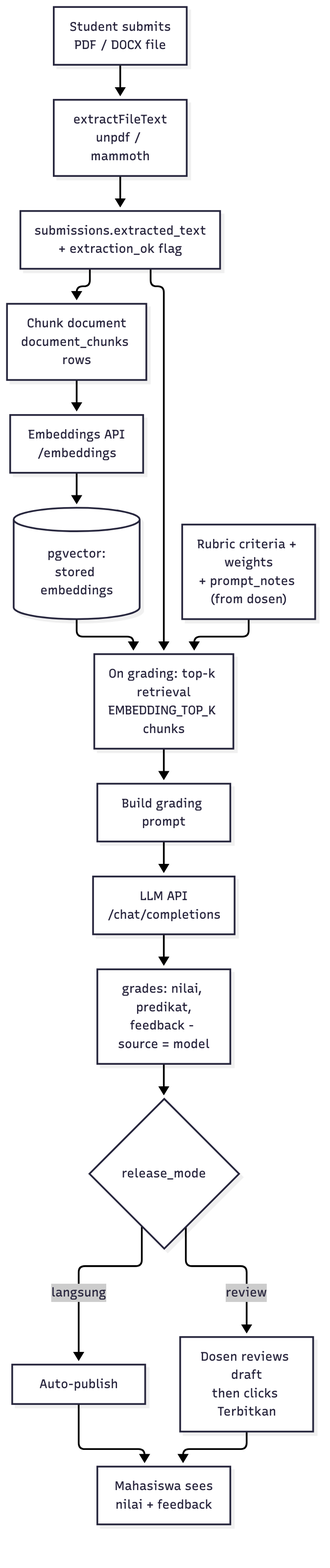
Above: docs/flows/02-ai-grading.png in hansputera/umbima-smt1-tugas-generativeai (Mermaid), before the change. Its source is kept beside it as docs/flows/02-ai-grading.mmd.
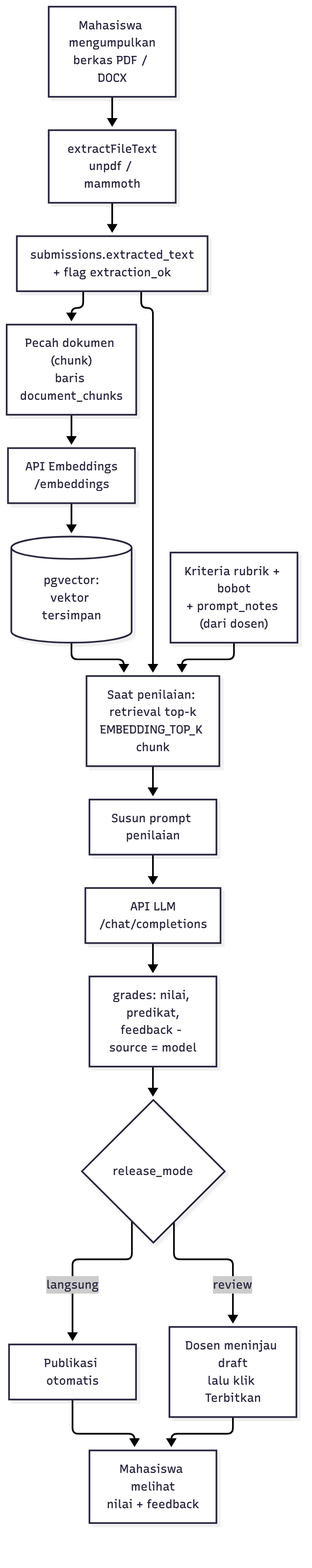
The same file after the commit.

Change to the diagram source:
```diff
@@ -1,17 +1,17 @@
 flowchart TB
-  A["Student submits<br/>PDF / DOCX file"] --> B["extractFileText<br/>unpdf / mammoth"]
-  B --> C["submissions.extracted_text<br/>+ extraction_ok flag"]
-  C --> D["Chunk document<br/>document_chunks rows"]
-  D --> E["Embeddings API<br/>/embeddings"]
-  E --> F[("pgvector:<br/>stored embeddings")]
-  F --> G["On grading: top-k retrieval<br/>EMBEDDING_TOP_K chunks"]
-  R["Rubric criteria + weights<br/>+ prompt_notes (from dosen)"] --> G
+  A["Mahasiswa mengumpulkan<br/>berkas PDF / DOCX"] --> B["extractFileText<br/>unpdf / mammoth"]
+  B --> C["submissions.extracted_text<br/>+ flag extraction_ok"]
+  C --> D["Pecah dokumen (chunk)<br/>baris document_chunks"]
+  D --> E["API Embeddings<br/>/embeddings"]
+  E --> F[("pgvector:<br/>vektor tersimpan")]
+  F --> G["Saat penilaian: retrieval top-k<br/>EMBEDDING_TOP_K chunk"]
+  R["Kriteria rubrik + bobot<br/>+ prompt_notes (dari dosen)"] --> G
   C --> G
-  G --> H["Build grading prompt"]
-  H --> I["LLM API<br/>/chat/completions"]
+  G --> H["Susun prompt penilaian"]
+  H --> I["API LLM<br/>/chat/completions"]
   I --> J["grades: nilai, predikat,<br/>feedback - source = model"]
   J --> K{"release_mode"}
-  K -->|"langsung"| L["Auto-publish"]
-  K -->|"review"| M["Dosen reviews draft<br/>then clicks Terbitkan"]
-  L --> N["Mahasiswa sees<br/>nilai + feedback"]
+  K -->|"langsung"| L["Publikasi otomatis"]
+  K -->|"review"| M["Dosen meninjau draft<br/>lalu klik Terbitkan"]
+  L --> N["Mahasiswa melihat<br/>nilai + feedback"]
   M --> N
```
